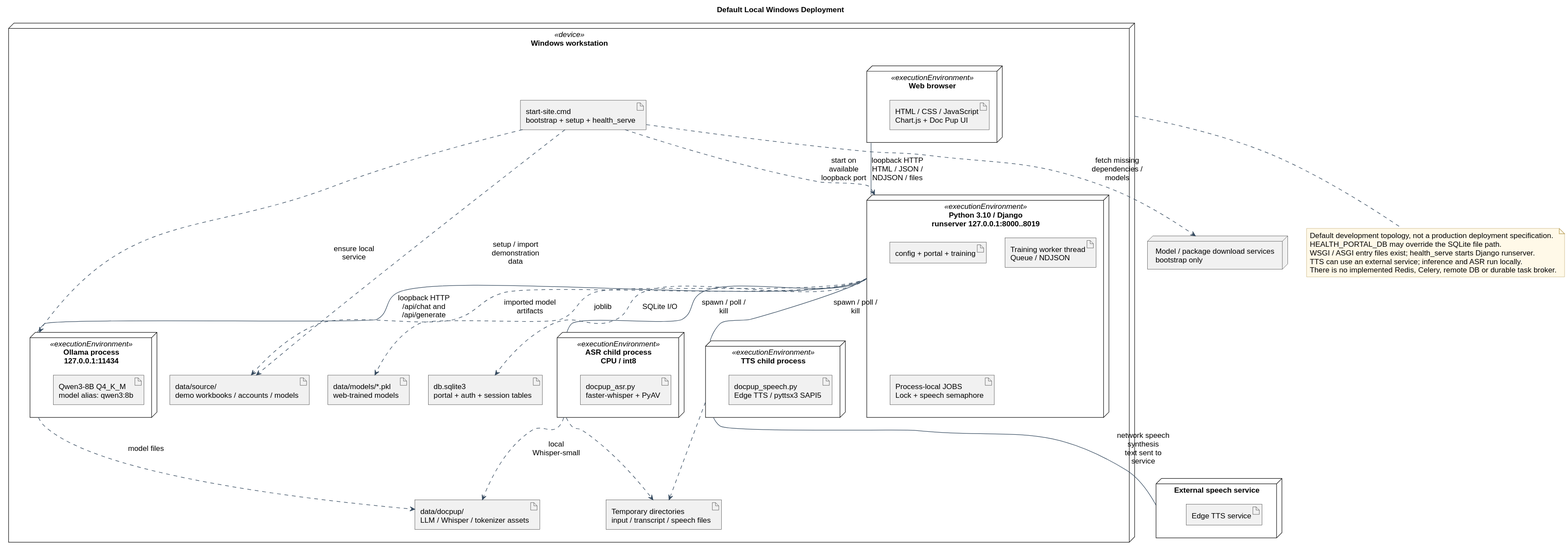
Earlier version of the PlantUML export docs/svg/12-deployment.svg (ed0ard/Health-Risk-Portal-Prototype). Source of this version:
```plantuml
@startuml
!include style.puml
title Default Local Windows Deployment
node "Windows workstation" as Host <<device>> {
  node "Web browser" as Browser <<executionEnvironment>> {
    artifact "HTML / CSS / JavaScript\nChart.js + Doc Pup UI" as Front
  }
  node "Python 3.10 / Django\nrunserver 127.0.0.1:8000..8019" as Django <<executionEnvironment>> {
    artifact "config + portal + training" as App
    artifact "Training worker thread\nQueue / NDJSON" as Worker
    artifact "Process-local JOBS\nLock + speech semaphore" as Locks
  }
  node "Ollama process\n127.0.0.1:11434" as Ollama <<executionEnvironment>> {
    artifact "Qwen3-8B Q4_K_M\nmodel alias: qwen3:8b" as Qwen
  }
  node "ASR child process\nCPU / int8" as ASR <<executionEnvironment>> {
    artifact "docpup_asr.py\nfaster-whisper + PyAV" as AsrCode
  }
  node "TTS child process" as TTS <<executionEnvironment>> {
    artifact "docpup_speech.py\nEdge TTS / pyttsx3 SAPI5" as SpeechCode
  }
  artifact "db.sqlite3\nportal + auth + session tables" as DB
  artifact "data/models/*.pkl\nweb-trained models" as Models
  artifact "data/docpup/\nLLM / Whisper / tokenizer assets" as AI
  artifact "data/source/\ndemo workbooks / accounts / models" as Source
  artifact "Temporary directories\ninput / transcript / speech files" as Temp
  artifact "start-site.cmd\nbootstrap + setup + health_serve" as Launcher
}
node "External speech service" as Edge {
  artifact "Edge TTS service" as CloudTTS
}
node "Model / package download services\nbootstrap only" as Downloads
Browser -- Django : loopback HTTP\nHTML / JSON / NDJSON / files
Django -- Ollama : loopback HTTP\n/api/chat and /api/generate
Django -- ASR : spawn / poll / kill
Django -- TTS : spawn / poll / kill
Django ..> DB : SQLite I/O
Django ..> Models : joblib
Django ..> Source : imported model artifacts
Ollama ..> AI : model files
ASR ..> AI : local Whisper-small
ASR ..> Temp
TTS ..> Temp
TTS -- Edge : network speech synthesis\ntext sent to service
Launcher ..> Downloads : fetch missing dependencies / models
Launcher ..> Source : setup / import demonstration data
Launcher ..> Django : start on available loopback port
Launcher ..> Ollama : ensure local service
note bottom of Host
  Default development topology, not a production deployment specification.
  HEALTH_PORTAL_DB may override the SQLite file path.
  WSGI / ASGI entry files exist; health_serve starts Django runserver.
  TTS can use an external service; inference and ASR run locally.
  There is no implemented Redis, Celery, remote DB or durable task broker.
end note
@enduml
```
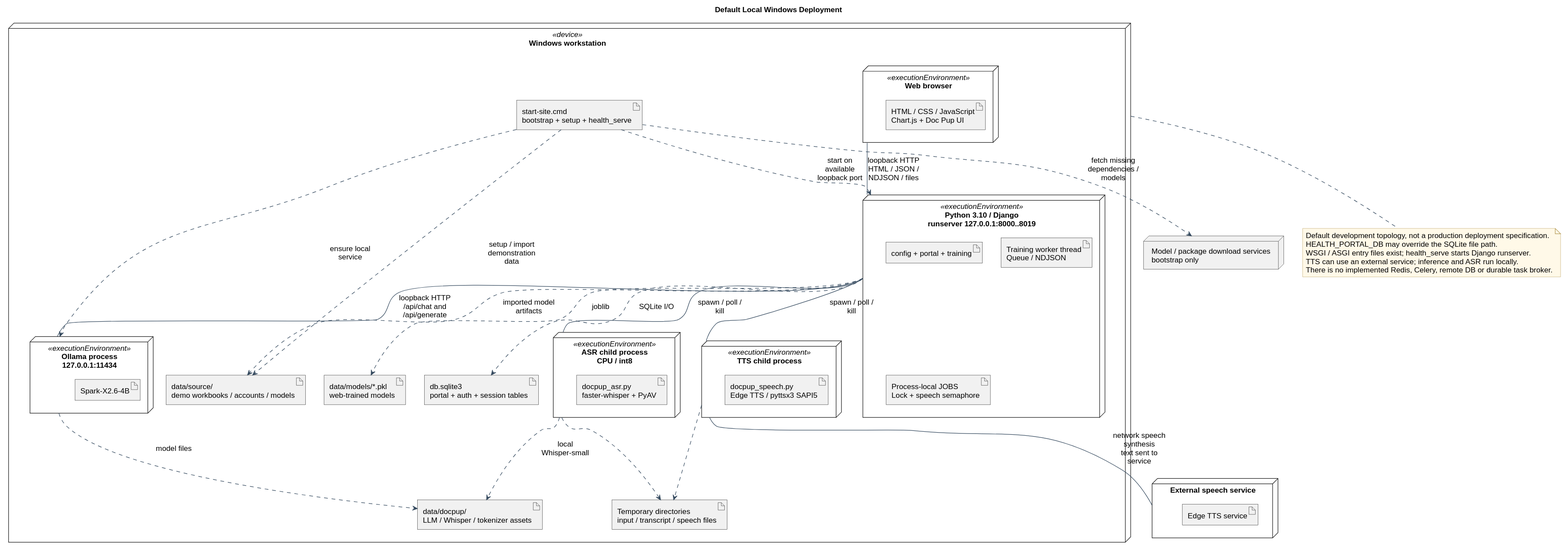
Above is the later version.

Diff of the diagram source:
```diff
@@ -11,7 +11,7 @@
     artifact "Process-local JOBS\nLock + speech semaphore" as Locks
   }
   node "Ollama process\n127.0.0.1:11434" as Ollama <<executionEnvironment>> {
-    artifact "Qwen3-8B Q4_K_M\nmodel alias: qwen3:8b" as Qwen
+    artifact "Spark-X2.6-4B" as Spark
   }
   node "ASR child process\nCPU / int8" as ASR <<executionEnvironment>> {
     artifact "docpup_asr.py\nfaster-whisper + PyAV" as AsrCode
```
